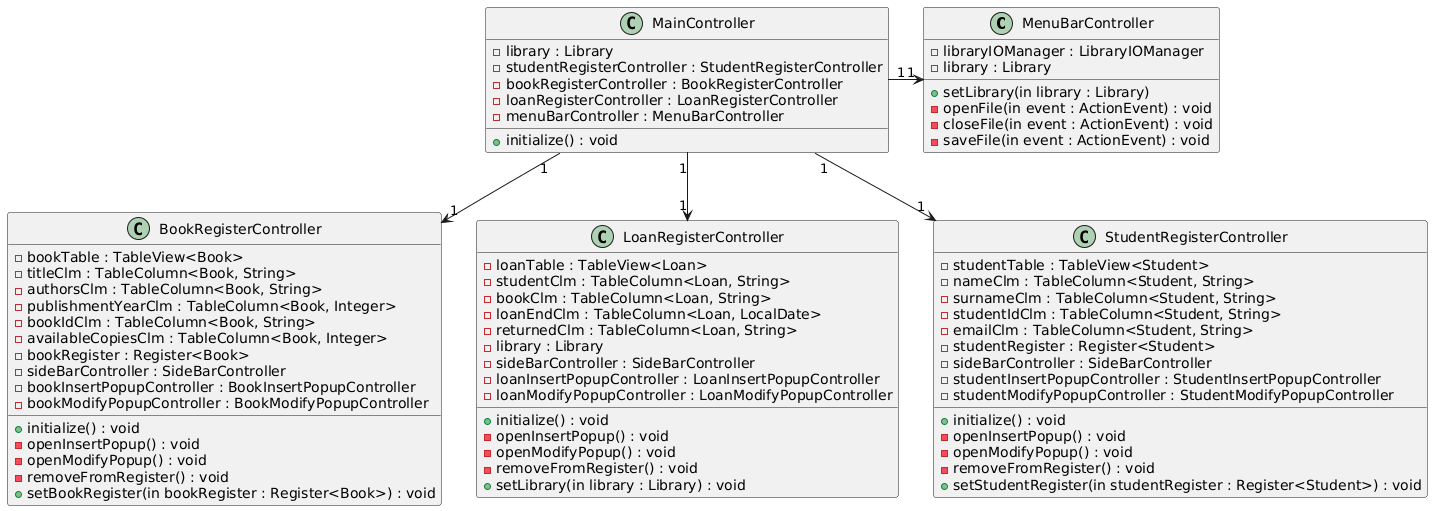
This is docs/Class Diagrams/Main Controller Perspective/MainControllerPerspective.png from cwke/LibraryManager, a PlantUML export, as it was before one commit. Its diagram source:
```plantuml
@startuml
class MenuBarController{
-libraryIOManager : LibraryIOManager
-library : Library

+setLibrary(in library : Library)
-openFile(in event : ActionEvent) : void
-closeFile(in event : ActionEvent) : void
-saveFile(in event : ActionEvent) : void
}
class MainController{
+initialize() : void
-library : Library
-studentRegisterController : StudentRegisterController
-bookRegisterController : BookRegisterController
-loanRegisterController : LoanRegisterController
-menuBarController : MenuBarController
}
class BookRegisterController{
+initialize() : void
-bookTable : TableView<Book>
-titleClm : TableColumn<Book, String>
-authorsClm : TableColumn<Book, String>
-publishmentYearClm : TableColumn<Book, Integer>
-bookIdClm : TableColumn<Book, String>
-availableCopiesClm : TableColumn<Book, Integer>
-bookRegister : Register<Book>
-sideBarController : SideBarController
-bookInsertPopupController : BookInsertPopupController
-bookModifyPopupController : BookModifyPopupController
-openInsertPopup() : void
-openModifyPopup() : void
-removeFromRegister() : void
+setBookRegister(in bookRegister : Register<Book>) : void
}

class LoanRegisterController{
+initialize() : void
-loanTable : TableView<Loan>
-studentClm : TableColumn<Loan, String>
-bookClm : TableColumn<Loan, String>
-loanEndClm : TableColumn<Loan, LocalDate>
-returnedClm : TableColumn<Loan, String>
-library : Library
-sideBarController : SideBarController
-loanInsertPopupController : LoanInsertPopupController
-loanModifyPopupController : LoanModifyPopupController
-openInsertPopup() : void
-openModifyPopup() : void
-removeFromRegister() : void
+setLibrary(in library : Library) : void
}

class StudentRegisterController{
+initialize() : void
-studentTable : TableView<Student>
-nameClm : TableColumn<Student, String>
-surnameClm : TableColumn<Student, String>
-studentIdClm : TableColumn<Student, String>
-emailClm : TableColumn<Student, String>
-studentRegister : Register<Student>
-sideBarController : SideBarController
-studentInsertPopupController : StudentInsertPopupController
-studentModifyPopupController : StudentModifyPopupController

-openInsertPopup() : void
-openModifyPopup() : void
-removeFromRegister() : void
+setStudentRegister(in studentRegister : Register<Student>) : void
}


MainController "1" -r-> "1" MenuBarController
MainController "1" -d-> "1" LoanRegisterController
MainController "1" -d-> "1" BookRegisterController
MainController "1" -d-> "1" StudentRegisterController
@enduml
```
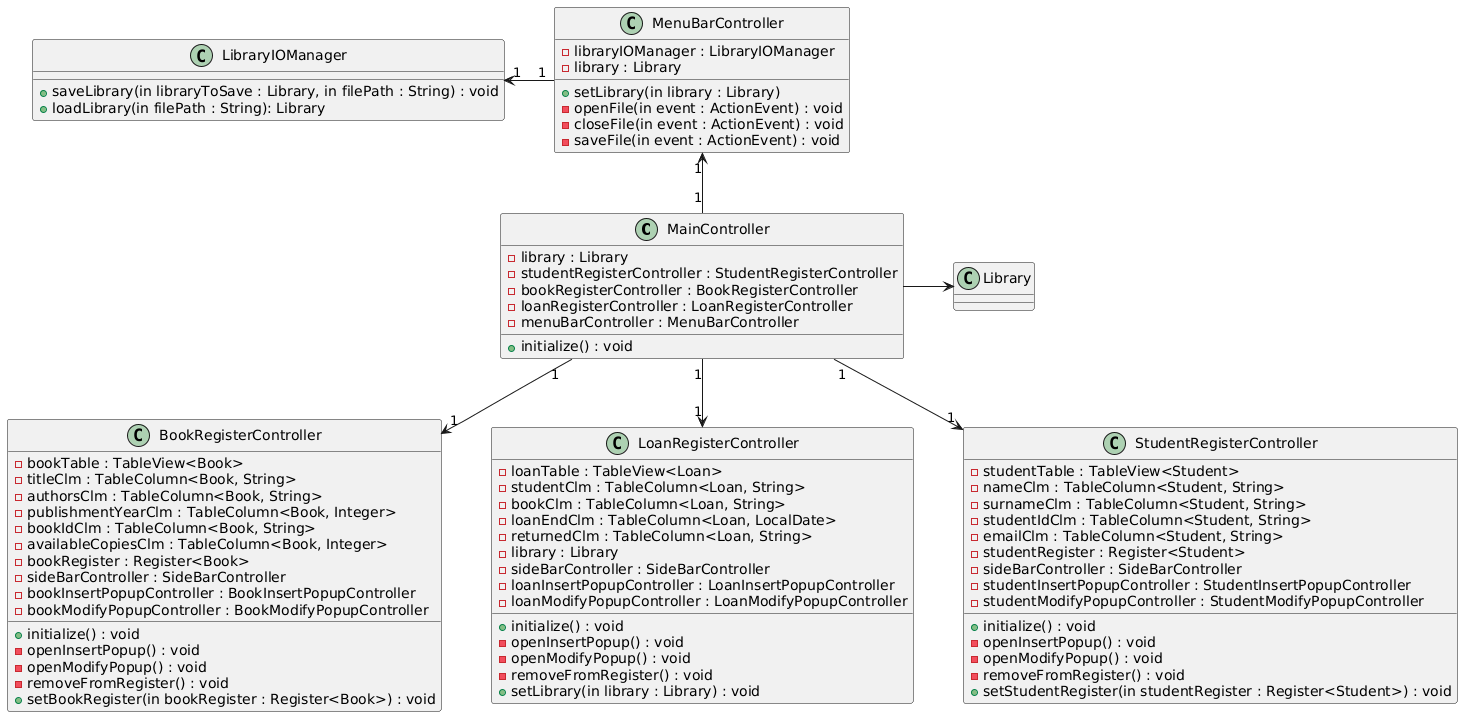
After the commit.

What changed in the source:
```diff
@@ -1,13 +1,5 @@
 @startuml
-class MenuBarController{
--libraryIOManager : LibraryIOManager
--library : Library
-
-+setLibrary(in library : Library)
--openFile(in event : ActionEvent) : void
--closeFile(in event : ActionEvent) : void
--saveFile(in event : ActionEvent) : void
-}
+skinparam nodesep 50
 class MainController{
 +initialize() : void
 -library : Library
@@ -28,7 +20,7 @@
 -sideBarController : SideBarController
 -bookInsertPopupController : BookInsertPopupController
 -bookModifyPopupController : BookModifyPopupController
--openInsertPopup() : void
+  -openInsertPopup() : void
 -openModifyPopup() : void
 -removeFromRegister() : void
 +setBookRegister(in bookRegister : Register<Book>) : void
@@ -68,10 +60,24 @@
 -removeFromRegister() : void
 +setStudentRegister(in studentRegister : Register<Student>) : void
 }
+class MenuBarController{
+-libraryIOManager : LibraryIOManager
+-library : Library
 
++setLibrary(in library : Library)
+-openFile(in event : ActionEvent) : void
+-closeFile(in event : ActionEvent) : void
+-saveFile(in event : ActionEvent) : void
+}
+class LibraryIOManager{
++saveLibrary(in libraryToSave : Library, in filePath : String) : void
++loadLibrary(in filePath : String): Library
+}
 
-MainController "1" -r-> "1" MenuBarController
+MainController -r-> Library
+MainController "1" -u-> "1" MenuBarController
 MainController "1" -d-> "1" LoanRegisterController
 MainController "1" -d-> "1" BookRegisterController
 MainController "1" -d-> "1" StudentRegisterController
+MenuBarController "1" -l-> "1" LibraryIOManager
 @enduml
```
